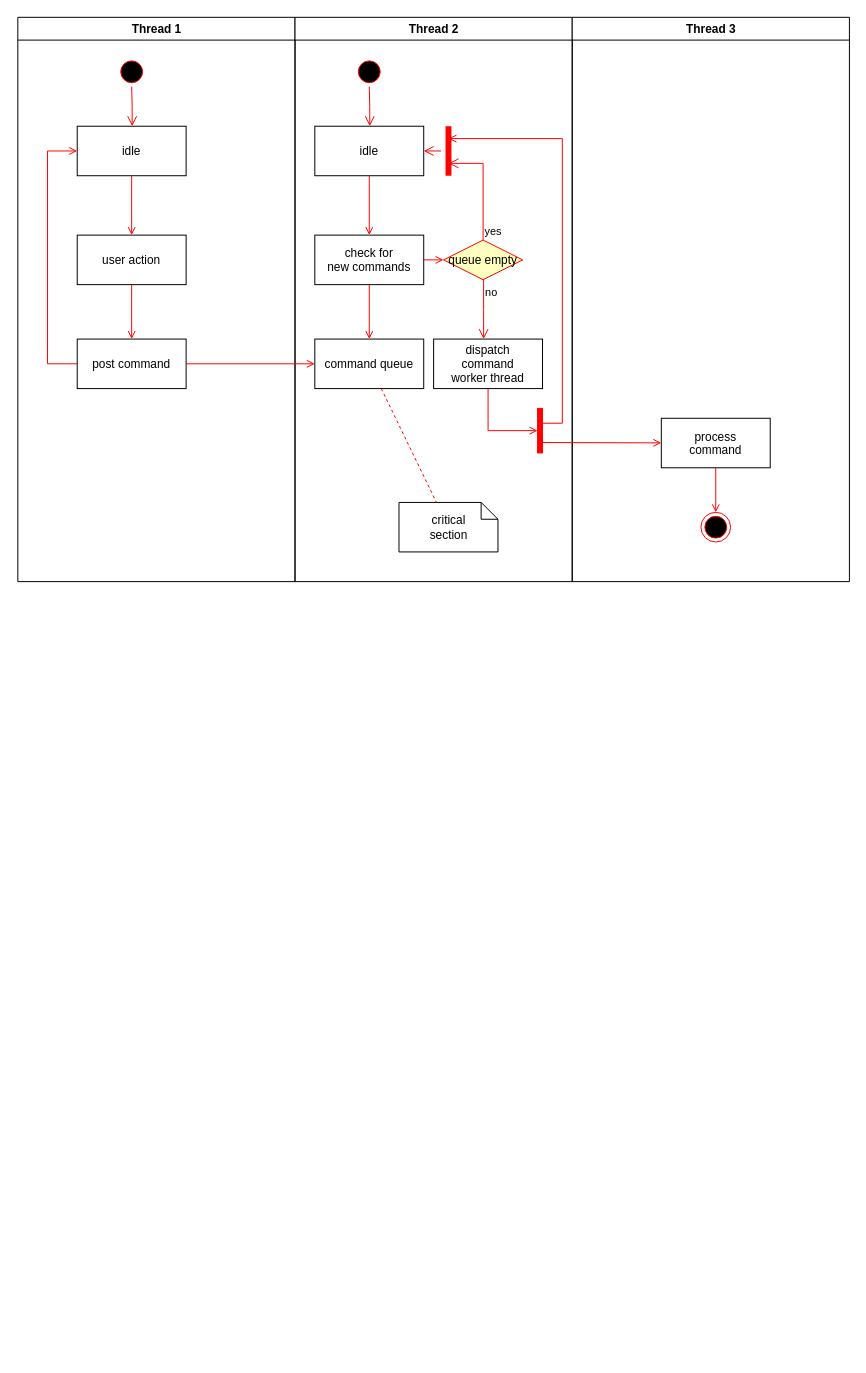
The draw.io diagram images/Untitled Diagram.drawio in ShandowOfStarLight/love_bot, before the edit. Source tidied: cells renumbered, new cells numbered last; positions are measured from the earlier drawing's top-left corner, leaving out a move shared by most shapes. Both pictures are drawn from the tidied source at 99%, with x=0, y=0 at pixel (17, 17).
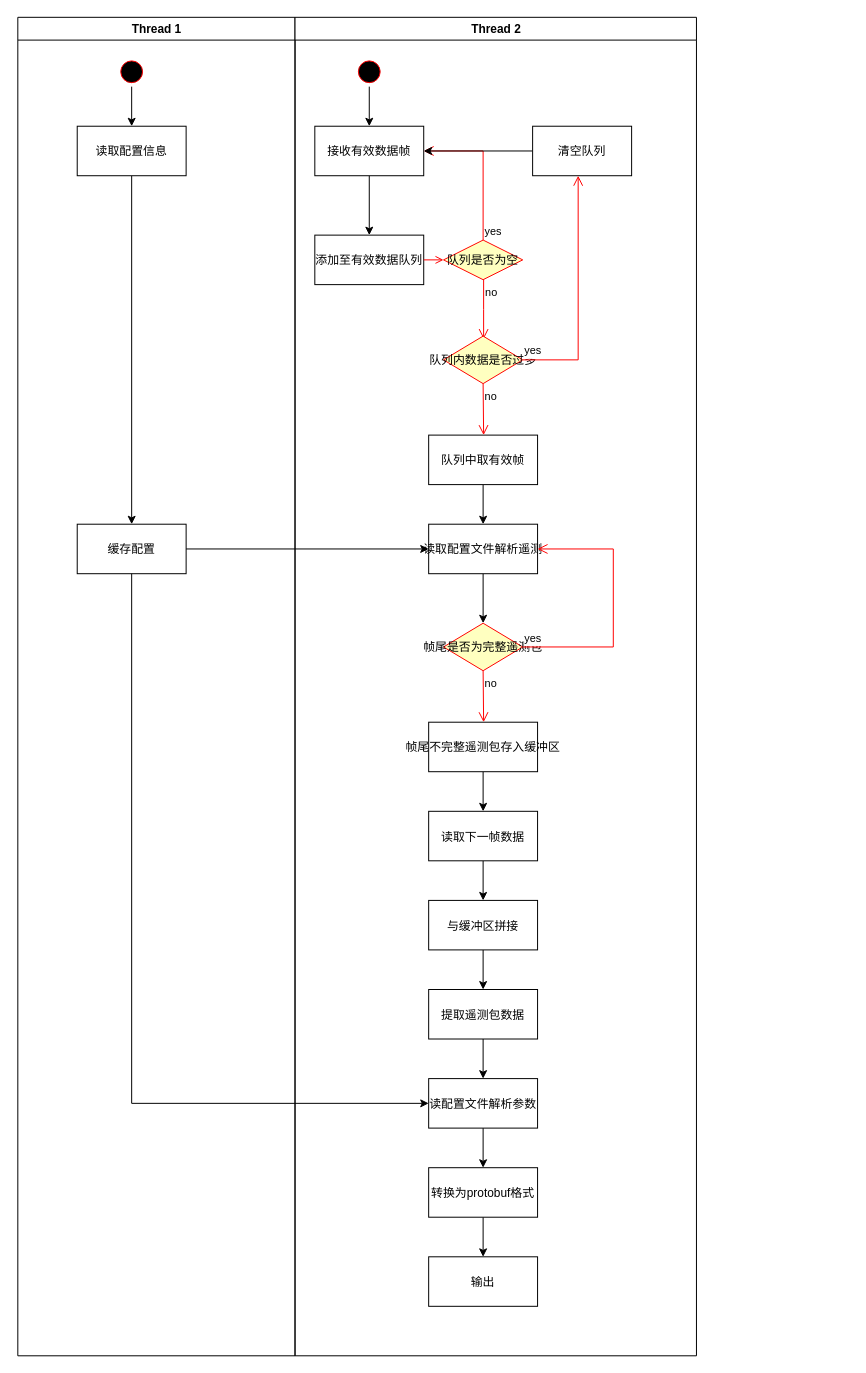
Above is the later version.

Unchanged cells that the change refers to:
```xml
<mxCell id="3" style="ellipse;shape=startState;fillColor=#000000;strokeColor=#ff0000;" parent="2" vertex="1">
  <mxGeometry x="100" y="40" width="30" height="30" as="geometry" />
</mxCell>
<mxCell id="12" style="ellipse;shape=startState;fillColor=#000000;strokeColor=#ff0000;" parent="11" vertex="1">
  <mxGeometry x="60" y="40" width="30" height="30" as="geometry" />
</mxCell>
```

Change to the diagram source:
```diff
@@
     <mxCell id="2" value="Thread 1" style="swimlane;whiteSpace=wrap;" parent="1" vertex="1">
-      <mxGeometry x="0.5" width="280" height="570" as="geometry" />
+      <mxGeometry x="0.5" width="280" height="1352" as="geometry" />
     </mxCell>
+    <mxCell id="4" style="edgeStyle=orthogonalEdgeStyle;rounded=0;jettySize=auto;html=1;exitX=0.5;exitY=1;exitDx=0;exitDy=0;entryX=0.5;entryY=0;entryDx=0;entryDy=0;" parent="2" edge="1" source="3" target="5">
+      <mxGeometry relative="1" as="geometry" />
+    </mxCell>
@@
-    <mxCell id="4" style="edgeStyle=elbowEdgeStyle;elbow=horizontal;verticalAlign=bottom;endArrow=open;endSize=8;strokeColor=#FF0000;endFill=1;rounded=0;" parent="2" edge="1" source="3" target="5">
-      <mxGeometry x="100" y="40" as="geometry" />
-    </mxCell>
+    <mxCell id="7" style="edgeStyle=orthogonalEdgeStyle;rounded=0;jettySize=auto;html=1;exitX=0.5;exitY=1;exitDx=0;exitDy=0;" parent="2" edge="1" source="5" target="6">
+      <mxGeometry relative="1" as="geometry" />
+    </mxCell>
-    <mxCell id="5" value="idle" parent="2" vertex="1">
+    <mxCell id="5" value="读取配置信息" parent="2" vertex="1">
       <mxGeometry x="60" y="110" width="110" height="50" as="geometry" />
     </mxCell>
-    <mxCell id="6" value="user action" parent="2" vertex="1">
-      <mxGeometry x="60" y="220" width="110" height="50" as="geometry" />
+    <mxCell id="6" value="缓存配置" parent="2" vertex="1">
+      <mxGeometry x="60" y="512" width="110" height="50" as="geometry" />
     </mxCell>
-    <mxCell id="7" style="endArrow=open;strokeColor=#FF0000;endFill=1;rounded=0;" parent="2" edge="1" source="5" target="6">
-      <mxGeometry relative="1" as="geometry" />
-    </mxCell>
-    <mxCell id="8" value="post command" parent="2" vertex="1">
-      <mxGeometry x="60" y="325" width="110" height="50" as="geometry" />
-    </mxCell>
-    <mxCell id="9" style="endArrow=open;strokeColor=#FF0000;endFill=1;rounded=0;" parent="2" edge="1" source="6" target="8">
-      <mxGeometry relative="1" as="geometry" />
-    </mxCell>
-    <mxCell id="10" style="edgeStyle=elbowEdgeStyle;elbow=horizontal;strokeColor=#FF0000;endArrow=open;endFill=1;rounded=0;" parent="2" edge="1" source="8" target="5">
-      <mxGeometry relative="1" as="geometry">
-        <Array as="points">
-          <mxPoint x="30" y="250" />
-        </Array>
-      </mxGeometry>
-    </mxCell>
     <mxCell id="11" value="Thread 2" style="swimlane;whiteSpace=wrap;" parent="1" vertex="1">
-      <mxGeometry x="280.5" width="280" height="570" as="geometry" />
+      <mxGeometry x="280.5" width="405.5" height="1352" as="geometry" />
     </mxCell>
+    <mxCell id="13" style="edgeStyle=orthogonalEdgeStyle;rounded=0;jettySize=auto;html=1;exitX=0.5;exitY=1;exitDx=0;exitDy=0;" parent="11" edge="1" source="12" target="14">
+      <mxGeometry relative="1" as="geometry" />
+    </mxCell>
@@
-    <mxCell id="13" style="edgeStyle=elbowEdgeStyle;elbow=horizontal;verticalAlign=bottom;endArrow=open;endSize=8;strokeColor=#FF0000;endFill=1;rounded=0;" parent="11" edge="1" source="12" target="14">
-      <mxGeometry x="40" y="20" as="geometry" />
-    </mxCell>
+    <mxCell id="16" style="edgeStyle=orthogonalEdgeStyle;rounded=0;jettySize=auto;html=1;entryX=0.5;entryY=0;entryDx=0;entryDy=0;" parent="11" edge="1" source="14" target="15">
+      <mxGeometry relative="1" as="geometry" />
+    </mxCell>
-    <mxCell id="14" value="idle" parent="11" vertex="1">
+    <mxCell id="14" value="接收有效数据帧" parent="11" vertex="1">
       <mxGeometry x="20" y="110" width="110" height="50" as="geometry" />
     </mxCell>
-    <mxCell id="15" value="check for &#10;new commands" parent="11" vertex="1">
+    <mxCell id="15" value="添加至有效数据队列" parent="11" vertex="1">
       <mxGeometry x="20" y="220" width="110" height="50" as="geometry" />
     </mxCell>
-    <mxCell id="16" style="endArrow=open;strokeColor=#FF0000;endFill=1;rounded=0;" parent="11" edge="1" source="14" target="15">
-      <mxGeometry relative="1" as="geometry" />
-    </mxCell>
-    <mxCell id="17" value="command queue" parent="11" vertex="1">
-      <mxGeometry x="20" y="325" width="110" height="50" as="geometry" />
-    </mxCell>
-    <mxCell id="18" style="endArrow=open;strokeColor=#FF0000;endFill=1;rounded=0;" parent="11" edge="1" source="15" target="17">
-      <mxGeometry relative="1" as="geometry" />
-    </mxCell>
-    <mxCell id="19" value="queue empty" style="rhombus;fillColor=#ffffc0;strokeColor=#ff0000;" parent="11" vertex="1">
+    <mxCell id="19" value="队列是否为空" style="rhombus;fillColor=#ffffc0;strokeColor=#ff0000;" parent="11" vertex="1">
       <mxGeometry x="150" y="225" width="80" height="40" as="geometry" />
     </mxCell>
-    <mxCell id="20" value="yes" style="edgeStyle=elbowEdgeStyle;elbow=horizontal;align=left;verticalAlign=bottom;endArrow=open;endSize=8;strokeColor=#FF0000;exitX=0.5;exitY=0;endFill=1;rounded=0;entryX=0.75;entryY=0.5;entryPerimeter=0;" parent="11" edge="1" source="19" target="23">
+    <mxCell id="20" value="yes" style="edgeStyle=elbowEdgeStyle;elbow=horizontal;align=left;verticalAlign=bottom;endArrow=open;endSize=8;strokeColor=#FF0000;exitX=0.5;exitY=0;endFill=1;rounded=0;entryX=1;entryY=0.5;entryDx=0;entryDy=0;" parent="11" edge="1" source="19" target="14">
       <mxGeometry x="-1" relative="1" as="geometry">
         <Array as="points">
+          <mxPoint x="190" y="182" />
           <mxPoint x="190" y="180" />
         </Array>
       </mxGeometry>
     </mxCell>
-    <mxCell id="21" value="no" style="edgeStyle=elbowEdgeStyle;elbow=horizontal;align=left;verticalAlign=top;endArrow=open;endSize=8;strokeColor=#FF0000;endFill=1;rounded=0;" parent="11" edge="1" source="19" target="25">
-      <mxGeometry x="-1" relative="1" as="geometry" />
+    <mxCell id="21" value="no" style="edgeStyle=elbowEdgeStyle;elbow=horizontal;align=left;verticalAlign=top;endArrow=open;endSize=8;strokeColor=#FF0000;endFill=1;rounded=0;" parent="11" edge="1" source="19">
+      <mxGeometry x="-1" relative="1" as="geometry">
+        <mxPoint x="190.5" y="325" as="targetPoint" />
+      </mxGeometry>
     </mxCell>
@@
-    <mxCell id="23" style="shape=line;strokeWidth=6;strokeColor=#ff0000;rotation=90;" parent="11" vertex="1">
-      <mxGeometry x="130" y="127.5" width="50" height="15" as="geometry" />
-    </mxCell>
-    <mxCell id="24" style="edgeStyle=elbowEdgeStyle;elbow=horizontal;verticalAlign=bottom;endArrow=open;endSize=8;strokeColor=#FF0000;endFill=1;rounded=0;" parent="11" edge="1" source="23" target="14">
-      <mxGeometry x="130" y="90" as="geometry" />
-    </mxCell>
-    <mxCell id="25" value="dispatch&#10;command&#10;worker thread" parent="11" vertex="1">
-      <mxGeometry x="140" y="325" width="110" height="50" as="geometry" />
-    </mxCell>
-    <mxCell id="26" value="critical&#10;section" style="shape=note;whiteSpace=wrap;size=17;" parent="11" vertex="1">
-      <mxGeometry x="105" y="490" width="100" height="50" as="geometry" />
-    </mxCell>
-    <mxCell id="27" style="endArrow=none;strokeColor=#FF0000;endFill=0;rounded=0;dashed=1;" parent="11" edge="1" source="17" target="26">
-      <mxGeometry relative="1" as="geometry" />
-    </mxCell>
-    <mxCell id="28" style="whiteSpace=wrap;strokeColor=#FF0000;fillColor=#FF0000;" parent="11" vertex="1">
-      <mxGeometry x="245" y="395" width="5" height="45" as="geometry" />
-    </mxCell>
-    <mxCell id="29" style="edgeStyle=elbowEdgeStyle;elbow=horizontal;entryX=0;entryY=0.5;strokeColor=#FF0000;endArrow=open;endFill=1;rounded=0;" parent="11" edge="1" source="25" target="28">
-      <mxGeometry relative="1" as="geometry">
-        <Array as="points">
-          <mxPoint x="195" y="400" />
-        </Array>
-      </mxGeometry>
-    </mxCell>
-    <mxCell id="30" value="Thread 3" style="swimlane;whiteSpace=wrap;" parent="1" vertex="1">
-      <mxGeometry x="560.5" width="280" height="570" as="geometry" />
-    </mxCell>
-    <mxCell id="31" value="process&#10;command" parent="30" vertex="1">
-      <mxGeometry x="90" y="405" width="110" height="50" as="geometry" />
-    </mxCell>
-    <mxCell id="32" style="edgeStyle=elbowEdgeStyle;elbow=horizontal;strokeColor=#FF0000;endArrow=open;endFill=1;rounded=0;entryX=0.25;entryY=0.5;entryPerimeter=0;" parent="30" edge="1" target="23">
-      <mxGeometry relative="1" as="geometry">
-        <mxPoint x="-30" y="410" as="sourcePoint" />
-        <Array as="points">
-          <mxPoint x="-10" y="135" />
-        </Array>
-      </mxGeometry>
-    </mxCell>
-    <mxCell id="33" style="edgeStyle=none;strokeColor=#FF0000;endArrow=open;endFill=1;rounded=0;" parent="30" edge="1" target="31">
-      <mxGeometry relative="1" as="geometry">
-        <mxPoint x="-30" y="429.5" as="sourcePoint" />
-      </mxGeometry>
-    </mxCell>
-    <mxCell id="34" style="ellipse;shape=endState;fillColor=#000000;strokeColor=#ff0000;" parent="30" vertex="1">
-      <mxGeometry x="130" y="500" width="30" height="30" as="geometry" />
-    </mxCell>
-    <mxCell id="35" style="endArrow=open;strokeColor=#FF0000;endFill=1;rounded=0;" parent="30" edge="1" source="31" target="34">
-      <mxGeometry relative="1" as="geometry" />
-    </mxCell>
-    <mxCell id="36" style="endArrow=open;strokeColor=#FF0000;endFill=1;rounded=0;" parent="1" edge="1" source="8" target="17">
-      <mxGeometry relative="1" as="geometry" />
-    </mxCell>
+    <mxCell id="37" value="队列内数据是否过多" style="rhombus;fillColor=#ffffc0;strokeColor=#ff0000;" parent="11" vertex="1">
+      <mxGeometry x="150" y="322" width="80" height="48" as="geometry" />
+    </mxCell>
+    <mxCell id="38" style="edgeStyle=orthogonalEdgeStyle;rounded=0;jettySize=auto;html=1;exitX=0;exitY=0.5;exitDx=0;exitDy=0;" parent="11" edge="1" source="39" target="14">
+      <mxGeometry relative="1" as="geometry" />
+    </mxCell>
+    <mxCell id="39" value="清空队列" parent="11" vertex="1">
+      <mxGeometry x="240" y="110" width="100" height="50" as="geometry" />
+    </mxCell>
+    <mxCell id="40" value="yes" style="edgeStyle=elbowEdgeStyle;elbow=horizontal;align=left;verticalAlign=bottom;endArrow=open;endSize=8;strokeColor=#FF0000;exitX=1;exitY=0.5;endFill=1;rounded=0;exitDx=0;exitDy=0;" parent="11" edge="1" source="37" target="39">
+      <mxGeometry x="-1" relative="1" as="geometry">
+        <Array as="points">
+          <mxPoint x="286" y="282" />
+          <mxPoint x="265.5" y="172" />
+          <mxPoint x="255.5" y="172" />
+          <mxPoint x="255.5" y="232" />
+          <mxPoint x="295.5" y="299" />
+          <mxPoint x="295.5" y="297" />
+        </Array>
+      </mxGeometry>
+    </mxCell>
+    <mxCell id="41" style="edgeStyle=orthogonalEdgeStyle;rounded=0;jettySize=auto;html=1;exitX=0.5;exitY=1;exitDx=0;exitDy=0;" parent="11" edge="1" source="42" target="44">
+      <mxGeometry relative="1" as="geometry" />
+    </mxCell>
+    <mxCell id="42" value="队列中取有效帧" parent="11" vertex="1">
+      <mxGeometry x="135" y="422" width="110" height="50" as="geometry" />
+    </mxCell>
+    <mxCell id="43" style="edgeStyle=orthogonalEdgeStyle;rounded=0;jettySize=auto;html=1;exitX=0.5;exitY=1;exitDx=0;exitDy=0;entryX=0.5;entryY=0;entryDx=0;entryDy=0;" parent="11" edge="1" source="44" target="45">
+      <mxGeometry relative="1" as="geometry" />
+    </mxCell>
+    <mxCell id="44" value="读取配置文件解析遥测" parent="11" vertex="1">
+      <mxGeometry x="135" y="512" width="110" height="50" as="geometry" />
+    </mxCell>
+    <mxCell id="45" value="帧尾是否为完整遥测包" style="rhombus;fillColor=#ffffc0;strokeColor=#ff0000;" parent="11" vertex="1">
+      <mxGeometry x="150" y="612" width="80" height="48" as="geometry" />
+    </mxCell>
+    <mxCell id="46" value="yes" style="edgeStyle=elbowEdgeStyle;elbow=horizontal;align=left;verticalAlign=bottom;endArrow=open;endSize=8;strokeColor=#FF0000;endFill=1;rounded=0;entryX=1;entryY=0.5;entryDx=0;entryDy=0;" parent="11" edge="1" source="45" target="44">
+      <mxGeometry x="-1" relative="1" as="geometry">
+        <Array as="points">
+          <mxPoint x="321.5" y="542" />
+          <mxPoint x="321.5" y="578" />
+          <mxPoint x="301" y="468" />
+          <mxPoint x="291" y="468" />
+          <mxPoint x="291" y="528" />
+          <mxPoint x="331" y="595" />
+          <mxPoint x="331" y="593" />
+        </Array>
+      </mxGeometry>
+    </mxCell>
+    <mxCell id="47" style="edgeStyle=orthogonalEdgeStyle;rounded=0;jettySize=auto;html=1;exitX=0.5;exitY=1;exitDx=0;exitDy=0;entryX=0.5;entryY=0;entryDx=0;entryDy=0;" parent="11" edge="1" source="48" target="50">
+      <mxGeometry relative="1" as="geometry" />
+    </mxCell>
+    <mxCell id="48" value="帧尾不完整遥测包存入缓冲区" parent="11" vertex="1">
+      <mxGeometry x="135" y="712" width="110" height="50" as="geometry" />
+    </mxCell>
+    <mxCell id="49" style="edgeStyle=orthogonalEdgeStyle;rounded=0;jettySize=auto;html=1;exitX=0.5;exitY=1;exitDx=0;exitDy=0;" parent="11" edge="1" source="50" target="52">
+      <mxGeometry relative="1" as="geometry" />
+    </mxCell>
+    <mxCell id="50" value="读取下一帧数据" parent="11" vertex="1">
+      <mxGeometry x="135" y="802" width="110" height="50" as="geometry" />
+    </mxCell>
+    <mxCell id="51" style="edgeStyle=orthogonalEdgeStyle;rounded=0;jettySize=auto;html=1;exitX=0.5;exitY=1;exitDx=0;exitDy=0;" parent="11" edge="1" source="52" target="56">
+      <mxGeometry relative="1" as="geometry" />
+    </mxCell>
+    <mxCell id="52" value="与缓冲区拼接" parent="11" vertex="1">
+      <mxGeometry x="135" y="892" width="110" height="50" as="geometry" />
+    </mxCell>
+    <mxCell id="53" style="edgeStyle=orthogonalEdgeStyle;rounded=0;jettySize=auto;html=1;exitX=0.5;exitY=1;exitDx=0;exitDy=0;entryX=0.5;entryY=0;entryDx=0;entryDy=0;" parent="11" edge="1" source="54" target="58">
+      <mxGeometry relative="1" as="geometry" />
+    </mxCell>
+    <mxCell id="54" value="读配置文件解析参数" parent="11" vertex="1">
+      <mxGeometry x="135" y="1072" width="110" height="50" as="geometry" />
+    </mxCell>
+    <mxCell id="55" style="edgeStyle=orthogonalEdgeStyle;rounded=0;jettySize=auto;html=1;exitX=0.5;exitY=1;exitDx=0;exitDy=0;entryX=0.5;entryY=0;entryDx=0;entryDy=0;" parent="11" edge="1" source="56" target="54">
+      <mxGeometry relative="1" as="geometry" />
+    </mxCell>
+    <mxCell id="56" value="提取遥测包数据" parent="11" vertex="1">
+      <mxGeometry x="135" y="982" width="110" height="50" as="geometry" />
+    </mxCell>
+    <mxCell id="57" style="edgeStyle=orthogonalEdgeStyle;rounded=0;jettySize=auto;html=1;exitX=0.5;exitY=1;exitDx=0;exitDy=0;entryX=0.5;entryY=0;entryDx=0;entryDy=0;" parent="11" edge="1" source="58" target="59">
+      <mxGeometry relative="1" as="geometry" />
+    </mxCell>
+    <mxCell id="58" value="转换为protobuf格式" parent="11" vertex="1">
+      <mxGeometry x="135" y="1162" width="110" height="50" as="geometry" />
+    </mxCell>
+    <mxCell id="59" value="输出" parent="11" vertex="1">
+      <mxGeometry x="135" y="1252" width="110" height="50" as="geometry" />
+    </mxCell>
+    <mxCell id="60" value="no" style="edgeStyle=elbowEdgeStyle;elbow=horizontal;align=left;verticalAlign=top;endArrow=open;endSize=8;strokeColor=#FF0000;endFill=1;rounded=0;exitX=0.5;exitY=1;exitDx=0;exitDy=0;" parent="1" edge="1" source="37">
+      <mxGeometry x="-1" relative="1" as="geometry">
+        <mxPoint x="471" y="422" as="targetPoint" />
+        <Array as="points">
+          <mxPoint x="471" y="442" />
+          <mxPoint x="471" y="472" />
+          <mxPoint x="471" y="402" />
+          <mxPoint x="476" y="372" />
+        </Array>
+      </mxGeometry>
+    </mxCell>
+    <mxCell id="61" value="no" style="edgeStyle=elbowEdgeStyle;elbow=horizontal;align=left;verticalAlign=top;endArrow=open;endSize=8;strokeColor=#FF0000;endFill=1;rounded=0;exitX=0.5;exitY=1;exitDx=0;exitDy=0;" parent="1" edge="1" source="45">
+      <mxGeometry x="-1" relative="1" as="geometry">
+        <mxPoint x="471" y="712" as="targetPoint" />
+        <Array as="points">
+          <mxPoint x="471" y="712" />
+          <mxPoint x="471" y="682" />
+          <mxPoint x="486.5" y="764" />
+          <mxPoint x="486.5" y="794" />
+          <mxPoint x="486.5" y="724" />
+          <mxPoint x="491.5" y="694" />
+        </Array>
+      </mxGeometry>
+    </mxCell>
+    <mxCell id="62" style="edgeStyle=orthogonalEdgeStyle;rounded=0;jettySize=auto;html=1;exitX=1;exitY=0.5;exitDx=0;exitDy=0;entryX=0;entryY=0.5;entryDx=0;entryDy=0;" parent="1" edge="1" source="6" target="44">
+      <mxGeometry relative="1" as="geometry" />
+    </mxCell>
+    <mxCell id="63" style="edgeStyle=orthogonalEdgeStyle;rounded=0;jettySize=auto;html=1;exitX=0.5;exitY=1;exitDx=0;exitDy=0;entryX=0;entryY=0.5;entryDx=0;entryDy=0;" parent="1" edge="1" source="6" target="54">
+      <mxGeometry relative="1" as="geometry" />
+    </mxCell>
```
